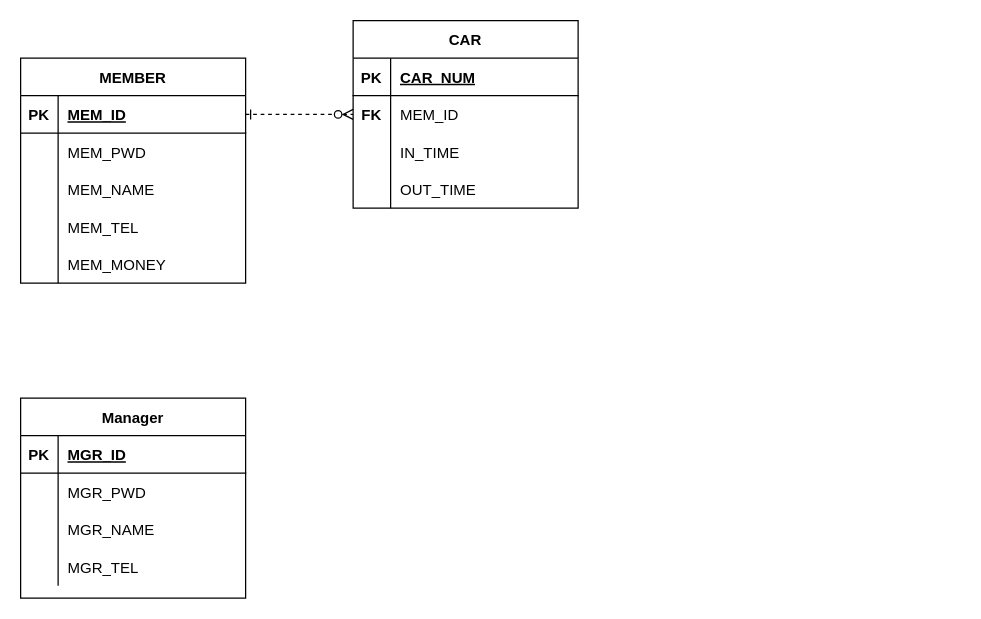
4rangKim/FinalProject keeps this draw.io diagram as page "ERD" (2 of 3) of docs/Diagram.drawio. Above is the earlier version. Source tidied: cells renumbered, new cells numbered last; positions are measured from the earlier drawing's top-left corner, leaving out a move shared by most shapes. Both pictures are drawn from the tidied source at 125%, with x=0, y=0 at pixel (20, 20).
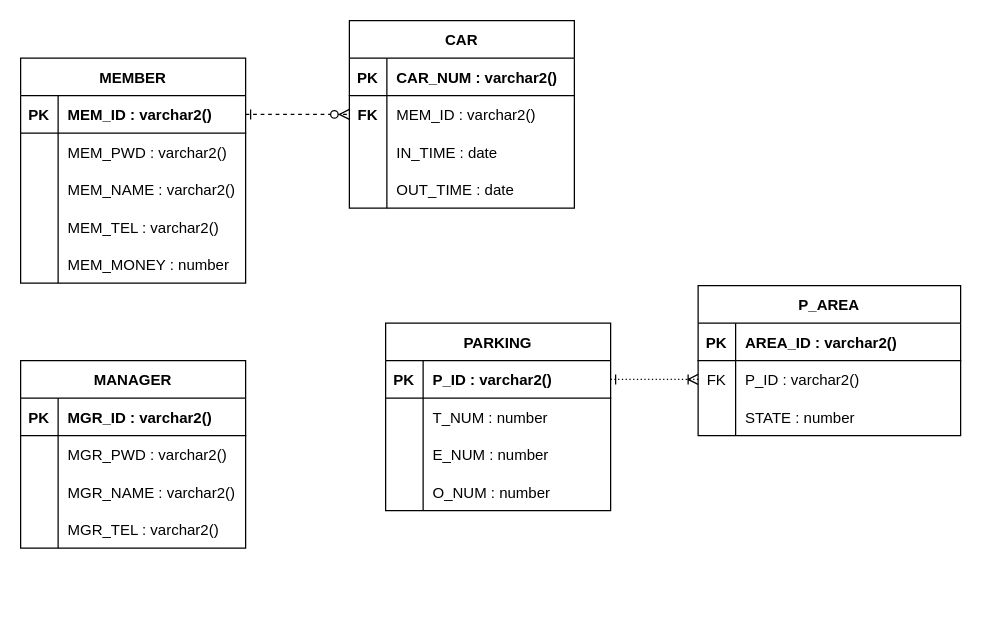
After the change.

The change refers to these unchanged cells:
```xml
<mxCell id="3" style="shape=partialRectangle;fillColor=none;top=0;left=0;bottom=1;right=0;" parent="2" vertex="1">
  <mxGeometry y="30" width="180" height="30" as="geometry" />
</mxCell>
<mxCell id="6" style="shape=partialRectangle;fillColor=none;top=0;left=0;bottom=0;right=0;points=[[0,0.5],[1,0.5]];portConstraint=eastwest;" parent="2" vertex="1">
  <mxGeometry y="60" width="180" height="30" as="geometry" />
</mxCell>
<mxCell id="9" style="shape=partialRectangle;fillColor=none;top=0;left=0;bottom=0;right=0;" parent="2" vertex="1">
  <mxGeometry y="90" width="180" height="30" as="geometry" />
</mxCell>
<mxCell id="12" style="shape=partialRectangle;fillColor=none;top=0;left=0;bottom=0;right=0;" parent="2" vertex="1">
  <mxGeometry y="120" width="180" height="30" as="geometry" />
</mxCell>
<mxCell id="16" style="shape=partialRectangle;fillColor=none;top=0;left=0;bottom=1;right=0;points=[[0,0.5],[1,0.5]];portConstraint=eastwest;" parent="15" vertex="1">
  <mxGeometry y="30" width="180" height="30" as="geometry" />
</mxCell>
<mxCell id="19" style="shape=partialRectangle;fillColor=none;top=0;left=0;bottom=0;right=0;" parent="15" vertex="1">
  <mxGeometry y="60" width="180" height="30" as="geometry" />
</mxCell>
<mxCell id="22" style="shape=partialRectangle;fillColor=none;top=0;left=0;bottom=0;right=0;" parent="15" vertex="1">
  <mxGeometry y="90" width="180" height="30" as="geometry" />
</mxCell>
<mxCell id="25" style="shape=partialRectangle;fillColor=none;top=0;left=0;bottom=0;right=0;" parent="15" vertex="1">
  <mxGeometry y="120" width="180" height="30" as="geometry" />
</mxCell>
<mxCell id="28" style="shape=partialRectangle;fillColor=none;top=0;left=0;bottom=0;right=0;" parent="15" vertex="1">
  <mxGeometry y="150" width="180" height="30" as="geometry" />
</mxCell>
<mxCell id="32" style="shape=partialRectangle;fillColor=none;top=0;left=0;bottom=1;right=0;" parent="31" vertex="1">
  <mxGeometry y="30" width="180" height="30" as="geometry" />
</mxCell>
<mxCell id="35" style="shape=partialRectangle;fillColor=none;top=0;left=0;bottom=0;right=0;" parent="31" vertex="1">
  <mxGeometry y="60" width="180" height="30" as="geometry" />
</mxCell>
<mxCell id="38" style="shape=partialRectangle;fillColor=none;top=0;left=0;bottom=0;right=0;" parent="31" vertex="1">
  <mxGeometry y="90" width="180" height="30" as="geometry" />
</mxCell>
<mxCell id="41" style="shape=partialRectangle;fillColor=none;top=0;left=0;bottom=0;right=0;" parent="31" vertex="1">
  <mxGeometry y="120" width="180" height="30" as="geometry" />
</mxCell>
```

What changed in the source:
```diff
@@
     <mxCell id="2" value="CAR" style="shape=table;startSize=30;childLayout=tableLayout;rowLines=0;fontStyle=1;align=center;" parent="1" vertex="1">
-      <mxGeometry x="266" width="180" height="150" as="geometry" />
+      <mxGeometry x="263" width="180" height="150" as="geometry" />
     </mxCell>
@@
-    <mxCell id="5" value="CAR_NUM" style="shape=partialRectangle;fillColor=none;top=0;left=0;bottom=0;right=0;align=left;spacingLeft=6;fontStyle=5;overflow=hidden;" parent="3" vertex="1">
+    <mxCell id="5" value="CAR_NUM : varchar2()" style="shape=partialRectangle;fillColor=none;top=0;left=0;bottom=0;right=0;align=left;spacingLeft=6;fontStyle=1;overflow=hidden;" parent="3" vertex="1">
       <mxGeometry x="30" width="150" height="30" as="geometry" />
     </mxCell>
@@
-    <mxCell id="8" value="MEM_ID" style="shape=partialRectangle;fillColor=none;top=0;left=0;bottom=0;right=0;align=left;spacingLeft=6;overflow=hidden;" parent="6" vertex="1">
+    <mxCell id="8" value="MEM_ID : varchar2()" style="shape=partialRectangle;fillColor=none;top=0;left=0;bottom=0;right=0;align=left;spacingLeft=6;overflow=hidden;" parent="6" vertex="1">
       <mxGeometry x="30" width="150" height="30" as="geometry" />
     </mxCell>
@@
-    <mxCell id="11" value="IN_TIME" style="shape=partialRectangle;fillColor=none;top=0;left=0;bottom=0;right=0;align=left;spacingLeft=6;overflow=hidden;" parent="9" vertex="1">
+    <mxCell id="11" value="IN_TIME : date" style="shape=partialRectangle;fillColor=none;top=0;left=0;bottom=0;right=0;align=left;spacingLeft=6;overflow=hidden;" parent="9" vertex="1">
       <mxGeometry x="30" width="150" height="30" as="geometry" />
     </mxCell>
@@
-    <mxCell id="14" value="OUT_TIME" style="shape=partialRectangle;fillColor=none;top=0;left=0;bottom=0;right=0;align=left;spacingLeft=6;overflow=hidden;" parent="12" vertex="1">
+    <mxCell id="14" value="OUT_TIME : date" style="shape=partialRectangle;fillColor=none;top=0;left=0;bottom=0;right=0;align=left;spacingLeft=6;overflow=hidden;" parent="12" vertex="1">
       <mxGeometry x="30" width="150" height="30" as="geometry" />
     </mxCell>
@@
-    <mxCell id="18" value="MEM_ID" style="shape=partialRectangle;fillColor=none;top=0;left=0;bottom=0;right=0;align=left;spacingLeft=6;fontStyle=5;overflow=hidden;" parent="16" vertex="1">
+    <mxCell id="18" value="MEM_ID : varchar2()" style="shape=partialRectangle;fillColor=none;top=0;left=0;bottom=0;right=0;align=left;spacingLeft=6;fontStyle=1;overflow=hidden;" parent="16" vertex="1">
       <mxGeometry x="30" width="150" height="30" as="geometry" />
     </mxCell>
@@
-    <mxCell id="21" value="MEM_PWD" style="shape=partialRectangle;fillColor=none;top=0;left=0;bottom=0;right=0;align=left;spacingLeft=6;overflow=hidden;" parent="19" vertex="1">
+    <mxCell id="21" value="MEM_PWD : varchar2()" style="shape=partialRectangle;fillColor=none;top=0;left=0;bottom=0;right=0;align=left;spacingLeft=6;overflow=hidden;" parent="19" vertex="1">
       <mxGeometry x="30" width="150" height="30" as="geometry" />
     </mxCell>
@@
-    <mxCell id="24" value="MEM_NAME" style="shape=partialRectangle;fillColor=none;top=0;left=0;bottom=0;right=0;align=left;spacingLeft=6;overflow=hidden;" parent="22" vertex="1">
+    <mxCell id="24" value="MEM_NAME : varchar2()" style="shape=partialRectangle;fillColor=none;top=0;left=0;bottom=0;right=0;align=left;spacingLeft=6;overflow=hidden;" parent="22" vertex="1">
       <mxGeometry x="30" width="150" height="30" as="geometry" />
     </mxCell>
@@
-    <mxCell id="27" value="MEM_TEL" style="shape=partialRectangle;fillColor=none;top=0;left=0;bottom=0;right=0;align=left;spacingLeft=6;overflow=hidden;" parent="25" vertex="1">
+    <mxCell id="27" value="MEM_TEL : varchar2()" style="shape=partialRectangle;fillColor=none;top=0;left=0;bottom=0;right=0;align=left;spacingLeft=6;overflow=hidden;" parent="25" vertex="1">
       <mxGeometry x="30" width="150" height="30" as="geometry" />
     </mxCell>
@@
-    <mxCell id="30" value="MEM_MONEY" style="shape=partialRectangle;fillColor=none;top=0;left=0;bottom=0;right=0;align=left;spacingLeft=6;overflow=hidden;" parent="28" vertex="1">
+    <mxCell id="30" value="MEM_MONEY : number" style="shape=partialRectangle;fillColor=none;top=0;left=0;bottom=0;right=0;align=left;spacingLeft=6;overflow=hidden;" parent="28" vertex="1">
       <mxGeometry x="30" width="150" height="30" as="geometry" />
     </mxCell>
-    <mxCell id="31" value="Manager" style="shape=table;startSize=30;childLayout=tableLayout;rowLines=0;fontStyle=1;align=center;" parent="1" vertex="1">
-      <mxGeometry y="302" width="180" height="160" as="geometry" />
+    <mxCell id="31" value="MANAGER" style="shape=table;startSize=30;childLayout=tableLayout;rowLines=0;fontStyle=1;align=center;" parent="1" vertex="1">
+      <mxGeometry y="272" width="180" height="150" as="geometry" />
     </mxCell>
@@
-    <mxCell id="34" value="MGR_ID" style="shape=partialRectangle;fillColor=none;top=0;left=0;bottom=0;right=0;align=left;spacingLeft=6;fontStyle=5;overflow=hidden;" parent="32" vertex="1">
+    <mxCell id="34" value="MGR_ID : varchar2()" style="shape=partialRectangle;fillColor=none;top=0;left=0;bottom=0;right=0;align=left;spacingLeft=6;fontStyle=1;overflow=hidden;" parent="32" vertex="1">
       <mxGeometry x="30" width="150" height="30" as="geometry" />
     </mxCell>
@@
-    <mxCell id="37" value="MGR_PWD" style="shape=partialRectangle;fillColor=none;top=0;left=0;bottom=0;right=0;align=left;spacingLeft=6;overflow=hidden;" parent="35" vertex="1">
+    <mxCell id="37" value="MGR_PWD : varchar2()" style="shape=partialRectangle;fillColor=none;top=0;left=0;bottom=0;right=0;align=left;spacingLeft=6;overflow=hidden;" parent="35" vertex="1">
       <mxGeometry x="30" width="150" height="30" as="geometry" />
     </mxCell>
@@
-    <mxCell id="40" value="MGR_NAME" style="shape=partialRectangle;fillColor=none;top=0;left=0;bottom=0;right=0;align=left;spacingLeft=6;overflow=hidden;" parent="38" vertex="1">
+    <mxCell id="40" value="MGR_NAME : varchar2()" style="shape=partialRectangle;fillColor=none;top=0;left=0;bottom=0;right=0;align=left;spacingLeft=6;overflow=hidden;" parent="38" vertex="1">
       <mxGeometry x="30" width="150" height="30" as="geometry" />
     </mxCell>
@@
-    <mxCell id="43" value="MGR_TEL" style="shape=partialRectangle;fillColor=none;top=0;left=0;bottom=0;right=0;align=left;spacingLeft=6;overflow=hidden;" parent="41" vertex="1">
+    <mxCell id="43" value="MGR_TEL : varchar2()" style="shape=partialRectangle;fillColor=none;top=0;left=0;bottom=0;right=0;align=left;spacingLeft=6;overflow=hidden;" parent="41" vertex="1">
       <mxGeometry x="30" width="150" height="30" as="geometry" />
     </mxCell>
@@
+    <mxCell id="45" value="PARKING" style="shape=table;startSize=30;childLayout=tableLayout;rowLines=0;fontStyle=1;align=center;" parent="1" vertex="1">
+      <mxGeometry x="292" y="242" width="180" height="150" as="geometry" />
+    </mxCell>
+    <mxCell id="46" style="shape=partialRectangle;fillColor=none;top=0;left=0;bottom=1;right=0;points=[[0,0.5],[1,0.5]];portConstraint=eastwest;" parent="45" vertex="1">
+      <mxGeometry y="30" width="180" height="30" as="geometry" />
+    </mxCell>
+    <mxCell id="47" value="PK" style="shape=partialRectangle;fillColor=none;top=0;left=0;bottom=0;right=0;fontStyle=1;overflow=hidden;" parent="46" vertex="1">
+      <mxGeometry width="30" height="30" as="geometry" />
+    </mxCell>
+    <mxCell id="48" value="P_ID : varchar2()" style="shape=partialRectangle;fillColor=none;top=0;left=0;bottom=0;right=0;align=left;spacingLeft=6;fontStyle=1;overflow=hidden;" parent="46" vertex="1">
+      <mxGeometry x="30" width="150" height="30" as="geometry" />
+    </mxCell>
+    <mxCell id="49" style="shape=partialRectangle;fillColor=none;top=0;left=0;bottom=0;right=0;" parent="45" vertex="1">
+      <mxGeometry y="60" width="180" height="30" as="geometry" />
+    </mxCell>
+    <mxCell id="50" style="shape=partialRectangle;fillColor=none;top=0;left=0;bottom=0;right=0;overflow=hidden;" parent="49" vertex="1">
+      <mxGeometry width="30" height="30" as="geometry" />
+    </mxCell>
+    <mxCell id="51" value="T_NUM : number" style="shape=partialRectangle;fillColor=none;top=0;left=0;bottom=0;right=0;align=left;spacingLeft=6;overflow=hidden;" parent="49" vertex="1">
+      <mxGeometry x="30" width="150" height="30" as="geometry" />
+    </mxCell>
+    <mxCell id="52" style="shape=partialRectangle;fillColor=none;top=0;left=0;bottom=0;right=0;" parent="45" vertex="1">
+      <mxGeometry y="90" width="180" height="30" as="geometry" />
+    </mxCell>
+    <mxCell id="53" style="shape=partialRectangle;fillColor=none;top=0;left=0;bottom=0;right=0;overflow=hidden;" parent="52" vertex="1">
+      <mxGeometry width="30" height="30" as="geometry" />
+    </mxCell>
+    <mxCell id="54" value="E_NUM : number" style="shape=partialRectangle;fillColor=none;top=0;left=0;bottom=0;right=0;align=left;spacingLeft=6;overflow=hidden;" parent="52" vertex="1">
+      <mxGeometry x="30" width="150" height="30" as="geometry" />
+    </mxCell>
+    <mxCell id="55" style="shape=partialRectangle;fillColor=none;top=0;left=0;bottom=0;right=0;" parent="45" vertex="1">
+      <mxGeometry y="120" width="180" height="30" as="geometry" />
+    </mxCell>
+    <mxCell id="56" style="shape=partialRectangle;fillColor=none;top=0;left=0;bottom=0;right=0;overflow=hidden;" parent="55" vertex="1">
+      <mxGeometry width="30" height="30" as="geometry" />
+    </mxCell>
+    <mxCell id="57" value="O_NUM : number" style="shape=partialRectangle;fillColor=none;top=0;left=0;bottom=0;right=0;align=left;spacingLeft=6;overflow=hidden;" parent="55" vertex="1">
+      <mxGeometry x="30" width="150" height="30" as="geometry" />
+    </mxCell>
+    <mxCell id="58" value="P_AREA" style="shape=table;startSize=30;childLayout=tableLayout;rowLines=0;fontStyle=1;align=center;" parent="1" vertex="1">
+      <mxGeometry x="542" y="212" width="210" height="120" as="geometry" />
+    </mxCell>
+    <mxCell id="59" style="shape=partialRectangle;fillColor=none;top=0;left=0;bottom=1;right=0;" parent="58" vertex="1">
+      <mxGeometry y="30" width="210" height="30" as="geometry" />
+    </mxCell>
+    <mxCell id="60" value="PK" style="shape=partialRectangle;fillColor=none;top=0;left=0;bottom=0;right=0;fontStyle=1;overflow=hidden;" parent="59" vertex="1">
+      <mxGeometry width="30" height="30" as="geometry" />
+    </mxCell>
+    <mxCell id="61" value="AREA_ID : varchar2()" style="shape=partialRectangle;fillColor=none;top=0;left=0;bottom=0;right=0;align=left;spacingLeft=6;fontStyle=1;overflow=hidden;" parent="59" vertex="1">
+      <mxGeometry x="30" width="180" height="30" as="geometry" />
+    </mxCell>
+    <mxCell id="62" style="shape=partialRectangle;fillColor=none;top=0;left=0;bottom=0;right=0;points=[[0,0.5],[1,0.5]];portConstraint=eastwest;" parent="58" vertex="1">
+      <mxGeometry y="60" width="210" height="30" as="geometry" />
+    </mxCell>
+    <mxCell id="63" value="FK" style="shape=partialRectangle;fillColor=none;top=0;left=0;bottom=0;right=0;overflow=hidden;" parent="62" vertex="1">
+      <mxGeometry width="30" height="30" as="geometry" />
+    </mxCell>
+    <mxCell id="64" value="P_ID : varchar2()" style="shape=partialRectangle;fillColor=none;top=0;left=0;bottom=0;right=0;align=left;spacingLeft=6;overflow=hidden;" parent="62" vertex="1">
+      <mxGeometry x="30" width="180" height="30" as="geometry" />
+    </mxCell>
+    <mxCell id="65" style="shape=partialRectangle;fillColor=none;top=0;left=0;bottom=0;right=0;" parent="58" vertex="1">
+      <mxGeometry y="90" width="210" height="30" as="geometry" />
+    </mxCell>
+    <mxCell id="66" style="shape=partialRectangle;fillColor=none;top=0;left=0;bottom=0;right=0;overflow=hidden;" parent="65" vertex="1">
+      <mxGeometry width="30" height="30" as="geometry" />
+    </mxCell>
+    <mxCell id="67" value="STATE : number" style="shape=partialRectangle;fillColor=none;top=0;left=0;bottom=0;right=0;align=left;spacingLeft=6;overflow=hidden;" parent="65" vertex="1">
+      <mxGeometry x="30" width="180" height="30" as="geometry" />
+    </mxCell>
+    <mxCell id="68" style="edgeStyle=orthogonalEdgeStyle;rounded=0;jettySize=auto;html=1;exitX=1;exitY=0.5;exitDx=0;exitDy=0;entryX=0;entryY=0.5;entryDx=0;entryDy=0;dashed=1;dashPattern=1 2;startArrow=ERone;startFill=0;endArrow=ERoneToMany;endFill=0;" parent="1" edge="1" source="46" target="62">
+      <mxGeometry relative="1" as="geometry" />
+    </mxCell>
```
